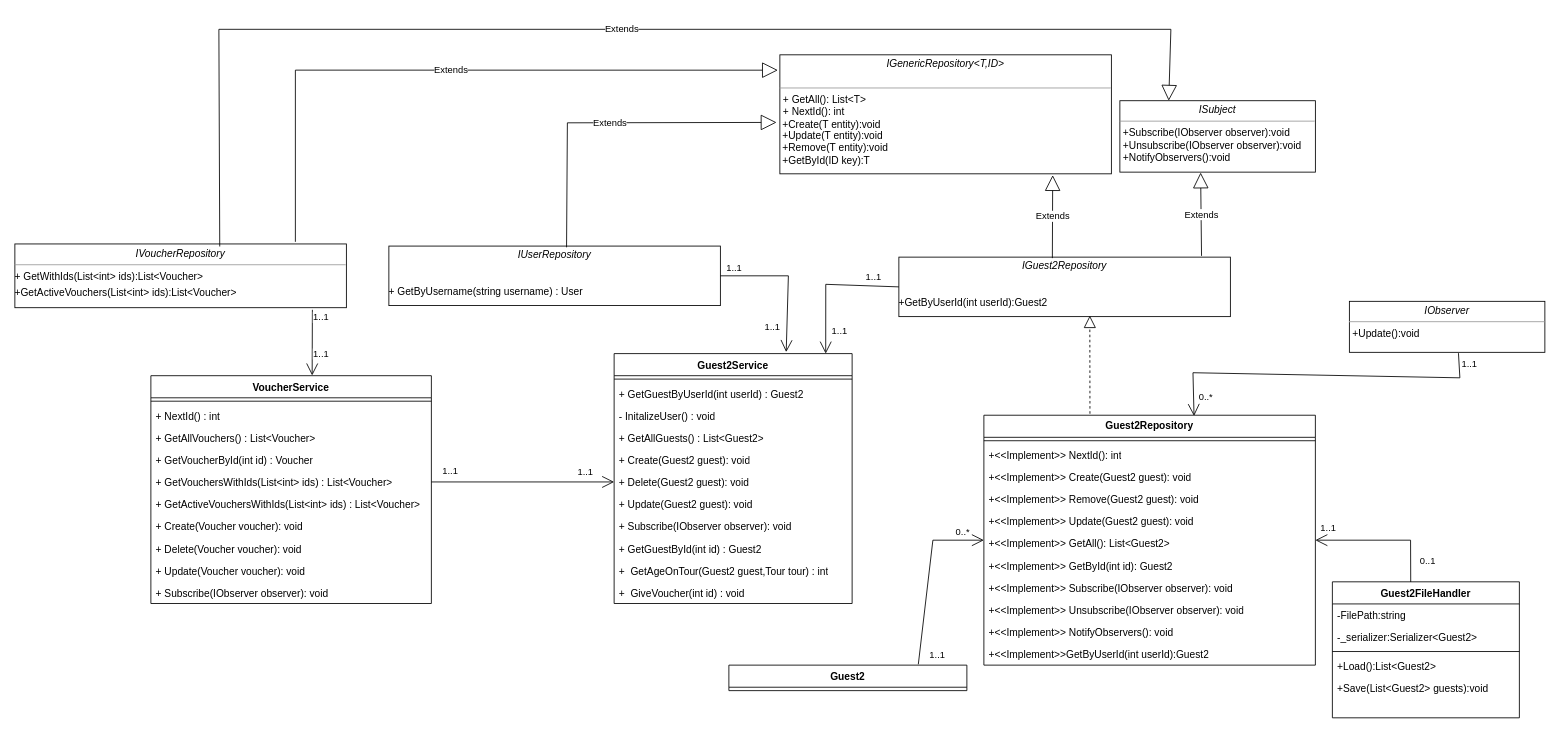
Earlier version of the draw.io diagram ProjectSims/ClassDiagram/Guest2/Guest2fhrs.drawio (jblanusa13/SimsProjekat). Source tidied: cells renumbered, new cells numbered last; positions are measured from the earlier drawing's top-left corner, leaving out a move shared by most shapes. Both pictures are drawn from the tidied source at 85%, with x=0, y=0 at pixel (14, 29).
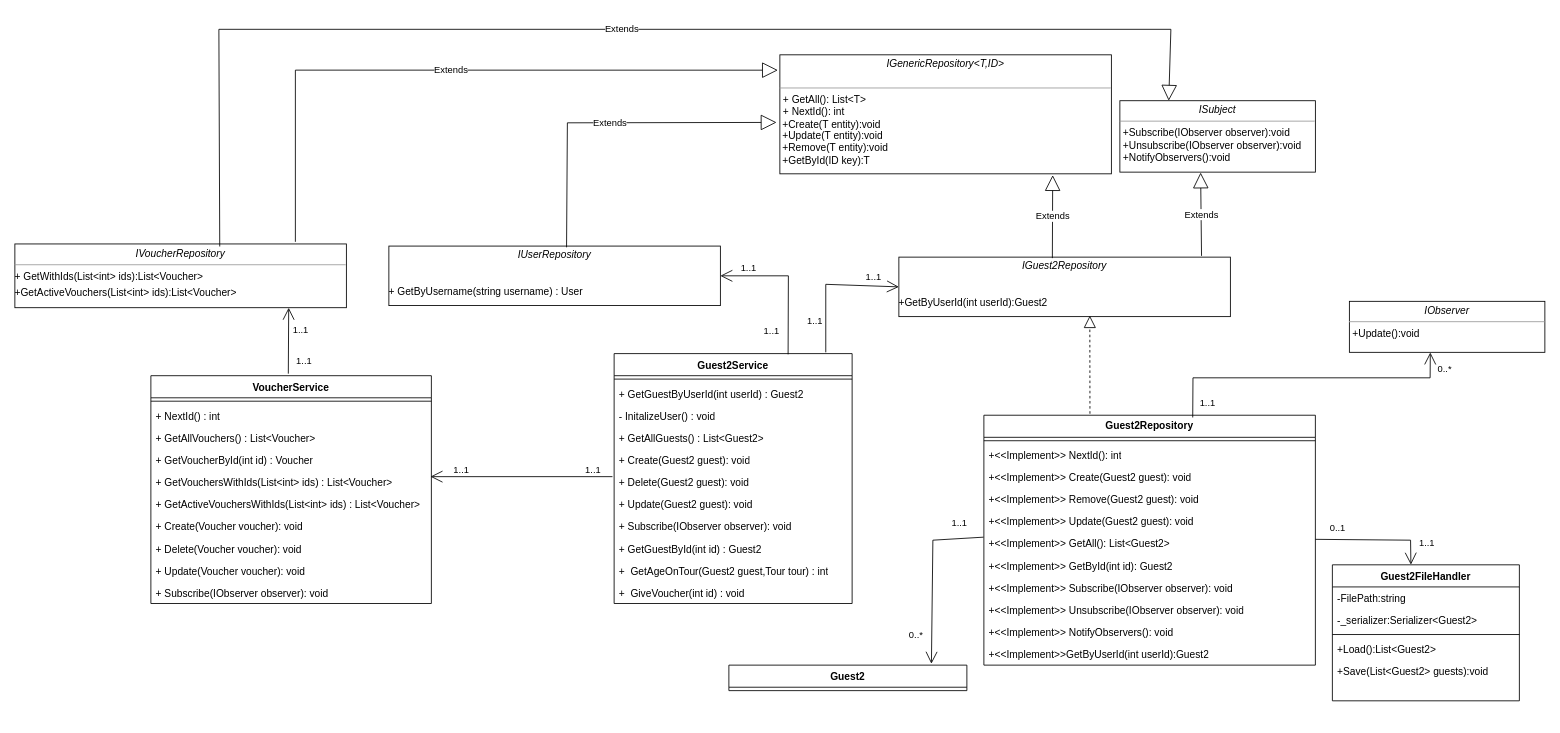
The same diagram, later.

Commit message (it also covers changes not shown here):
Change in ClassDiagram Guest2

The change refers to these unchanged cells:
```xml
<mxCell id="3" value="&lt;p style=&quot;margin:0px;margin-top:4px;text-align:center;&quot;&gt;&lt;i&gt;IGuest2Repository&lt;/i&gt;&lt;/p&gt;&lt;p style=&quot;margin:0px;margin-left:4px;&quot;&gt;&lt;br&gt;&lt;/p&gt;&lt;p style=&quot;margin:0px;margin-left:4px;&quot;&gt;&lt;br&gt;&lt;/p&gt;+GetByUserId(int userId):Guest2&lt;p style=&quot;margin:0px;margin-left:4px;&quot;&gt;&lt;/p&gt;" style="verticalAlign=top;align=left;overflow=fill;fontSize=12;fontFamily=Helvetica;html=1;whiteSpace=wrap;" parent="1" vertex="1">
  <mxGeometry x="1040" y="268" width="390" height="70" as="geometry" />
</mxCell>
<mxCell id="5" value="&lt;p style=&quot;margin:0px;margin-top:4px;text-align:center;&quot;&gt;&lt;i style=&quot;&quot;&gt;IObserver&lt;/i&gt;&lt;/p&gt;&lt;hr size=&quot;1&quot;&gt;&lt;p style=&quot;margin:0px;margin-left:4px;&quot;&gt;+Update():void&lt;/p&gt;" style="verticalAlign=top;align=left;overflow=fill;fontSize=12;fontFamily=Helvetica;html=1;whiteSpace=wrap;" parent="1" vertex="1">
  <mxGeometry x="1570" y="320" width="230" height="60" as="geometry" />
</mxCell>
<mxCell id="6" value="&lt;b&gt;Guest2Repository&lt;/b&gt;" style="swimlane;fontStyle=0;horizontal=1;startSize=26;fillColor=none;whiteSpace=wrap;html=1;labelBackgroundColor=none;" parent="1" vertex="1">
  <mxGeometry x="1140" y="454" width="390" height="294" as="geometry" />
</mxCell>
<mxCell id="12" value="+&amp;lt;&amp;lt;Implement&amp;gt;&amp;gt; GetAll(): List&amp;lt;Guest2&amp;gt;" style="text;strokeColor=none;fillColor=none;align=left;verticalAlign=top;spacingLeft=4;spacingRight=4;overflow=hidden;points=[[0,0.5],[1,0.5]];portConstraint=eastwest;whiteSpace=wrap;html=1;labelBackgroundColor=none;" parent="6" vertex="1">
  <mxGeometry y="138" width="390" height="26" as="geometry" />
</mxCell>
<mxCell id="30" value="Guest2" style="swimlane;fontStyle=1;align=center;verticalAlign=top;horizontal=1;startSize=26;whiteSpace=wrap;html=1;" parent="1" vertex="1" collapsed="1">
  <mxGeometry x="840" y="748" width="280" height="30" as="geometry" />
</mxCell>
<mxCell id="34" value="Guest2Service" style="swimlane;fontStyle=1;align=center;verticalAlign=top;horizontal=1;startSize=26;whiteSpace=wrap;html=1;" parent="1" vertex="1">
  <mxGeometry x="705" y="381.5" width="280" height="294" as="geometry" />
</mxCell>
<mxCell id="40" value="+ Delete(Guest2 guest): void" style="text;strokeColor=none;fillColor=none;align=left;verticalAlign=top;spacingLeft=4;spacingRight=4;overflow=hidden;points=[[0,0.5],[1,0.5]];portConstraint=eastwest;whiteSpace=wrap;html=1;" parent="34" vertex="1">
  <mxGeometry y="138" width="280" height="26" as="geometry" />
</mxCell>
<mxCell id="46" value="&lt;p style=&quot;margin:0px;margin-top:4px;text-align:center;&quot;&gt;&lt;i&gt;IUserRepository&lt;/i&gt;&lt;/p&gt;&lt;p style=&quot;margin:0px;margin-left:4px;&quot;&gt;&lt;br&gt;&lt;/p&gt;&lt;p style=&quot;margin:0px;margin-left:4px;&quot;&gt;&lt;br&gt;&lt;/p&gt;+ GetByUsername(string username) : User&lt;p style=&quot;margin:0px;margin-left:4px;&quot;&gt;&lt;/p&gt;" style="verticalAlign=top;align=left;overflow=fill;fontSize=12;fontFamily=Helvetica;html=1;whiteSpace=wrap;" parent="1" vertex="1">
  <mxGeometry x="440" y="255" width="390" height="70" as="geometry" />
</mxCell>
<mxCell id="53" value="VoucherService" style="swimlane;fontStyle=1;align=center;verticalAlign=top;horizontal=1;startSize=26;whiteSpace=wrap;html=1;" parent="1" vertex="1">
  <mxGeometry x="160" y="407.5" width="330" height="268" as="geometry" />
</mxCell>
<mxCell id="58" value="+ GetVouchersWithIds(List&amp;lt;int&amp;gt; ids) : List&amp;lt;Voucher&amp;gt;" style="text;strokeColor=none;fillColor=none;align=left;verticalAlign=top;spacingLeft=4;spacingRight=4;overflow=hidden;points=[[0,0.5],[1,0.5]];portConstraint=eastwest;whiteSpace=wrap;html=1;" parent="53" vertex="1">
  <mxGeometry y="112" width="330" height="26" as="geometry" />
</mxCell>
<mxCell id="64" value="&lt;p style=&quot;margin: 4px 0px 0px;&quot;&gt;&lt;/p&gt;&lt;div style=&quot;text-align: center;&quot;&gt;&lt;i style=&quot;border-color: var(--border-color);&quot;&gt;IVoucherRepository&lt;/i&gt;&lt;br&gt;&lt;/div&gt;&lt;hr size=&quot;1&quot;&gt;&lt;p style=&quot;border-color: var(--border-color); margin: 4px 0px 0px;&quot;&gt;&lt;span style=&quot;background-color: initial;&quot;&gt;+ GetWithIds(List&amp;lt;int&amp;gt; ids):List&amp;lt;Voucher&amp;gt;&lt;/span&gt;&lt;br&gt;&lt;/p&gt;&lt;p style=&quot;border-color: var(--border-color); margin: 4px 0px 0px;&quot;&gt;+&lt;span style=&quot;&quot;&gt;GetActiveVouchers&lt;/span&gt;(List&amp;lt;int&amp;gt; ids&lt;span style=&quot;background-color: initial;&quot;&gt;):List&amp;lt;Voucher&amp;gt;&lt;/span&gt;&lt;/p&gt;&lt;p style=&quot;border-color: var(--border-color); margin: 4px 0px 0px;&quot;&gt;&lt;br&gt;&lt;/p&gt;&lt;p style=&quot;border-color: var(--border-color); margin: 4px 0px 0px;&quot;&gt;&lt;br&gt;&lt;/p&gt;&lt;p style=&quot;border-color: var(--border-color); margin: 4px 0px 0px;&quot;&gt;&lt;br&gt;&lt;/p&gt;&lt;p style=&quot;margin:0px;margin-left:4px;&quot;&gt;&lt;span style=&quot;&quot;&gt;&lt;span style=&quot;&quot;&gt;&amp;nbsp;&amp;nbsp;&amp;nbsp;&amp;nbsp;&lt;/span&gt;&lt;/span&gt;&lt;span style=&quot;&quot;&gt;&lt;span style=&quot;&quot;&gt;&amp;nbsp;&amp;nbsp;&amp;nbsp;&amp;nbsp;&lt;/span&gt;&lt;/span&gt;&lt;span style=&quot;&quot;&gt;&lt;span style=&quot;&quot;&gt;&amp;nbsp;&amp;nbsp;&amp;nbsp;&amp;nbsp;&lt;/span&gt;&lt;/span&gt;&amp;nbsp;&lt;br&gt;&lt;/p&gt;" style="verticalAlign=top;align=left;overflow=fill;fontSize=12;fontFamily=Helvetica;html=1;whiteSpace=wrap;" parent="1" vertex="1">
  <mxGeometry y="252.5" width="390" height="75" as="geometry" />
</mxCell>
```

Diff of the diagram source:
```diff
@@
     <mxCell id="18" value="Guest2FileHandler" style="swimlane;fontStyle=1;align=center;verticalAlign=top;horizontal=1;startSize=26;rounded=0;shadow=0;strokeWidth=1;labelBackgroundColor=none;" parent="1" vertex="1">
-      <mxGeometry x="1550" y="650" width="220" height="160" as="geometry" />
+      <mxGeometry x="1550" y="630" width="220" height="160" as="geometry" />
     </mxCell>
@@
-    <mxCell id="24" style="endArrow=open;endFill=1;endSize=12;html=1;rounded=0;entryX=1;entryY=0.5;entryDx=0;entryDy=0;exitX=0.419;exitY=0.001;exitDx=0;exitDy=0;exitPerimeter=0;" parent="1" edge="1" source="18" target="6">
+    <mxCell id="24" style="endArrow=open;endFill=1;endSize=12;html=1;rounded=0;entryX=0.42;entryY=-0.001;entryDx=0;entryDy=0;exitX=1;exitY=0.308;exitDx=0;exitDy=0;exitPerimeter=0;entryPerimeter=0;" parent="1" edge="1" source="12" target="18">
       <mxGeometry relative="1" as="geometry">
         <Array as="points">
           <mxPoint x="1642" y="601" />
         </Array>
       </mxGeometry>
     </mxCell>
     <mxCell id="25" value="1..1" style="edgeLabel;html=1;align=center;verticalAlign=middle;" parent="24" vertex="1">
       <mxGeometry x="0.82" y="-1" relative="1" as="geometry">
-        <mxPoint y="-14" as="offset" />
+        <mxPoint x="19" y="-14" as="offset" />
       </mxGeometry>
     </mxCell>
@@
-    <mxCell id="27" style="endArrow=open;endFill=1;endSize=12;html=1;rounded=0;entryX=0.634;entryY=0.003;entryDx=0;entryDy=0;entryPerimeter=0;exitX=0.558;exitY=1.016;exitDx=0;exitDy=0;exitPerimeter=0;" parent="1" edge="1" source="5" target="6">
+    <mxCell id="27" style="endArrow=open;endFill=1;endSize=12;html=1;rounded=0;entryX=0.414;entryY=1.003;entryDx=0;entryDy=0;entryPerimeter=0;exitX=0.63;exitY=0.009;exitDx=0;exitDy=0;exitPerimeter=0;" parent="1" edge="1" source="6" target="5">
       <mxGeometry relative="1" as="geometry">
         <Array as="points">
-          <mxPoint x="1700" y="410" />
-          <mxPoint x="1386" y="404" />
+          <mxPoint x="1386" y="410" />
+          <mxPoint x="1665" y="410" />
         </Array>
       </mxGeometry>
     </mxCell>
@@
     <mxCell id="29" value="1..1" style="edgeLabel;html=1;align=center;verticalAlign=middle;" parent="27" vertex="1">
       <mxGeometry x="-0.94" y="-3" relative="1" as="geometry">
-        <mxPoint x="14" as="offset" />
+        <mxPoint x="14" y="-6" as="offset" />
       </mxGeometry>
     </mxCell>
@@
-    <mxCell id="31" style="endArrow=open;endFill=1;endSize=12;html=1;rounded=0;entryX=0;entryY=0.5;entryDx=0;entryDy=0;exitX=0.796;exitY=-0.033;exitDx=0;exitDy=0;exitPerimeter=0;" parent="1" edge="1" source="30" target="6">
+    <mxCell id="31" style="endArrow=open;endFill=1;endSize=12;html=1;rounded=0;entryX=0.851;entryY=-0.053;entryDx=0;entryDy=0;exitX=-0.001;exitY=0.21;exitDx=0;exitDy=0;exitPerimeter=0;entryPerimeter=0;" parent="1" edge="1" source="12" target="30">
       <mxGeometry relative="1" as="geometry">
         <Array as="points">
           <mxPoint x="1080" y="601" />
         </Array>
       </mxGeometry>
     </mxCell>
     <mxCell id="32" value="0..*" style="edgeLabel;html=1;align=center;verticalAlign=middle;" parent="31" vertex="1">
       <mxGeometry x="0.76" relative="1" as="geometry">
-        <mxPoint y="-11" as="offset" />
+        <mxPoint x="-19" y="-11" as="offset" />
       </mxGeometry>
     </mxCell>
     <mxCell id="33" value="1..1" style="edgeLabel;html=1;align=center;verticalAlign=middle;" parent="31" vertex="1">
       <mxGeometry x="-0.87" y="1" relative="1" as="geometry">
-        <mxPoint x="21" y="2" as="offset" />
+        <mxPoint x="-16" y="-19" as="offset" />
       </mxGeometry>
     </mxCell>
@@
-    <mxCell id="47" style="endArrow=open;endFill=1;endSize=12;html=1;rounded=0;entryX=0.889;entryY=0;entryDx=0;entryDy=0;exitX=0;exitY=0.5;exitDx=0;exitDy=0;entryPerimeter=0;" parent="1" edge="1" source="3" target="34">
+    <mxCell id="47" style="endArrow=open;endFill=1;endSize=12;html=1;rounded=0;entryX=0;entryY=0.5;entryDx=0;entryDy=0;" parent="1" edge="1" target="3">
       <mxGeometry relative="1" as="geometry">
+        <mxPoint x="954" y="380" as="sourcePoint" />
         <Array as="points">
           <mxPoint x="954" y="300" />
         </Array>
       </mxGeometry>
     </mxCell>
     <mxCell id="48" value="1..1" style="edgeLabel;html=1;align=center;verticalAlign=middle;" parent="47" vertex="1">
       <mxGeometry x="-0.7" y="1" relative="1" as="geometry">
-        <mxPoint x="-5" y="-13" as="offset" />
+        <mxPoint x="-13" y="-13" as="offset" />
       </mxGeometry>
     </mxCell>
     <mxCell id="49" value="1..1" style="edgeLabel;html=1;align=center;verticalAlign=middle;" parent="47" vertex="1">
       <mxGeometry x="0.68" y="1" relative="1" as="geometry">
-        <mxPoint x="15" as="offset" />
+        <mxPoint x="-3" y="-11" as="offset" />
       </mxGeometry>
     </mxCell>
-    <mxCell id="50" style="endArrow=open;endFill=1;endSize=12;html=1;rounded=0;exitX=1;exitY=0.5;exitDx=0;exitDy=0;entryX=0.723;entryY=-0.006;entryDx=0;entryDy=0;entryPerimeter=0;" parent="1" edge="1" source="46" target="34">
+    <mxCell id="50" style="endArrow=open;endFill=1;endSize=12;html=1;rounded=0;entryX=1;entryY=0.5;entryDx=0;entryDy=0;exitX=0.731;exitY=0.003;exitDx=0;exitDy=0;exitPerimeter=0;" parent="1" edge="1" source="34" target="46">
       <mxGeometry relative="1" as="geometry">
         <Array as="points">
           <mxPoint x="910" y="290" />
         </Array>
       </mxGeometry>
     </mxCell>
     <mxCell id="51" value="1..1" style="edgeLabel;html=1;align=center;verticalAlign=middle;" parent="50" vertex="1">
       <mxGeometry x="-0.78" y="1" relative="1" as="geometry">
-        <mxPoint x="-4" y="-9" as="offset" />
+        <mxPoint x="-19" y="-9" as="offset" />
       </mxGeometry>
     </mxCell>
     <mxCell id="52" value="1..1" style="edgeLabel;html=1;align=center;verticalAlign=middle;" parent="50" vertex="1">
       <mxGeometry x="0.6" y="-4" relative="1" as="geometry">
-        <mxPoint x="-14" y="4" as="offset" />
+        <mxPoint x="-2" y="-6" as="offset" />
       </mxGeometry>
     </mxCell>
@@
-    <mxCell id="65" style="endArrow=open;endFill=1;endSize=12;html=1;rounded=0;entryX=0.575;entryY=-0.001;entryDx=0;entryDy=0;entryPerimeter=0;" parent="1" edge="1" target="53">
-      <mxGeometry relative="1" as="geometry">
-        <mxPoint x="350" y="330" as="sourcePoint" />
-      </mxGeometry>
+    <mxCell id="65" style="endArrow=open;endFill=1;endSize=12;html=1;rounded=0;entryX=0.826;entryY=1.001;entryDx=0;entryDy=0;entryPerimeter=0;exitX=0.49;exitY=-0.009;exitDx=0;exitDy=0;exitPerimeter=0;" parent="1" edge="1" source="53" target="64">
+      <mxGeometry relative="1" as="geometry" />
     </mxCell>
     <mxCell id="66" value="1..1" style="edgeLabel;html=1;align=center;verticalAlign=middle;" parent="65" vertex="1">
       <mxGeometry x="-0.6" y="2" relative="1" as="geometry">
-        <mxPoint x="8" y="-7" as="offset" />
+        <mxPoint x="20" as="offset" />
       </mxGeometry>
     </mxCell>
@@
-    <mxCell id="68" style="endArrow=open;endFill=1;endSize=12;html=1;rounded=0;exitX=1;exitY=0.5;exitDx=0;exitDy=0;entryX=0;entryY=0.5;entryDx=0;entryDy=0;" parent="1" edge="1" source="58" target="40">
-      <mxGeometry relative="1" as="geometry" />
-    </mxCell>
-    <mxCell id="69" value="1..1" style="edgeLabel;html=1;align=center;verticalAlign=middle;" parent="68" vertex="1">
-      <mxGeometry x="-0.79" y="2" relative="1" as="geometry">
-        <mxPoint x="-2" y="-11" as="offset" />
-      </mxGeometry>
-    </mxCell>
-    <mxCell id="70" value="1..1" style="edgeLabel;html=1;align=center;verticalAlign=middle;" parent="68" vertex="1">
-      <mxGeometry x="0.67" y="2" relative="1" as="geometry">
-        <mxPoint y="-10" as="offset" />
-      </mxGeometry>
-    </mxCell>
@@
+    <mxCell id="68" style="endArrow=open;endFill=1;endSize=12;html=1;rounded=0;exitX=-0.007;exitY=0.26;exitDx=0;exitDy=0;exitPerimeter=0;entryX=0.997;entryY=0.26;entryDx=0;entryDy=0;entryPerimeter=0;" parent="1" edge="1" source="40" target="58">
+      <mxGeometry relative="1" as="geometry" />
+    </mxCell>
+    <mxCell id="69" value="1..1" style="edgeLabel;html=1;align=center;verticalAlign=middle;" parent="68" vertex="1">
+      <mxGeometry x="-0.79" y="2" relative="1" as="geometry">
+        <mxPoint x="-2" y="-11" as="offset" />
+      </mxGeometry>
+    </mxCell>
+    <mxCell id="70" value="1..1" style="edgeLabel;html=1;align=center;verticalAlign=middle;" parent="68" vertex="1">
+      <mxGeometry x="0.67" y="2" relative="1" as="geometry">
+        <mxPoint y="-10" as="offset" />
+      </mxGeometry>
+    </mxCell>
```
